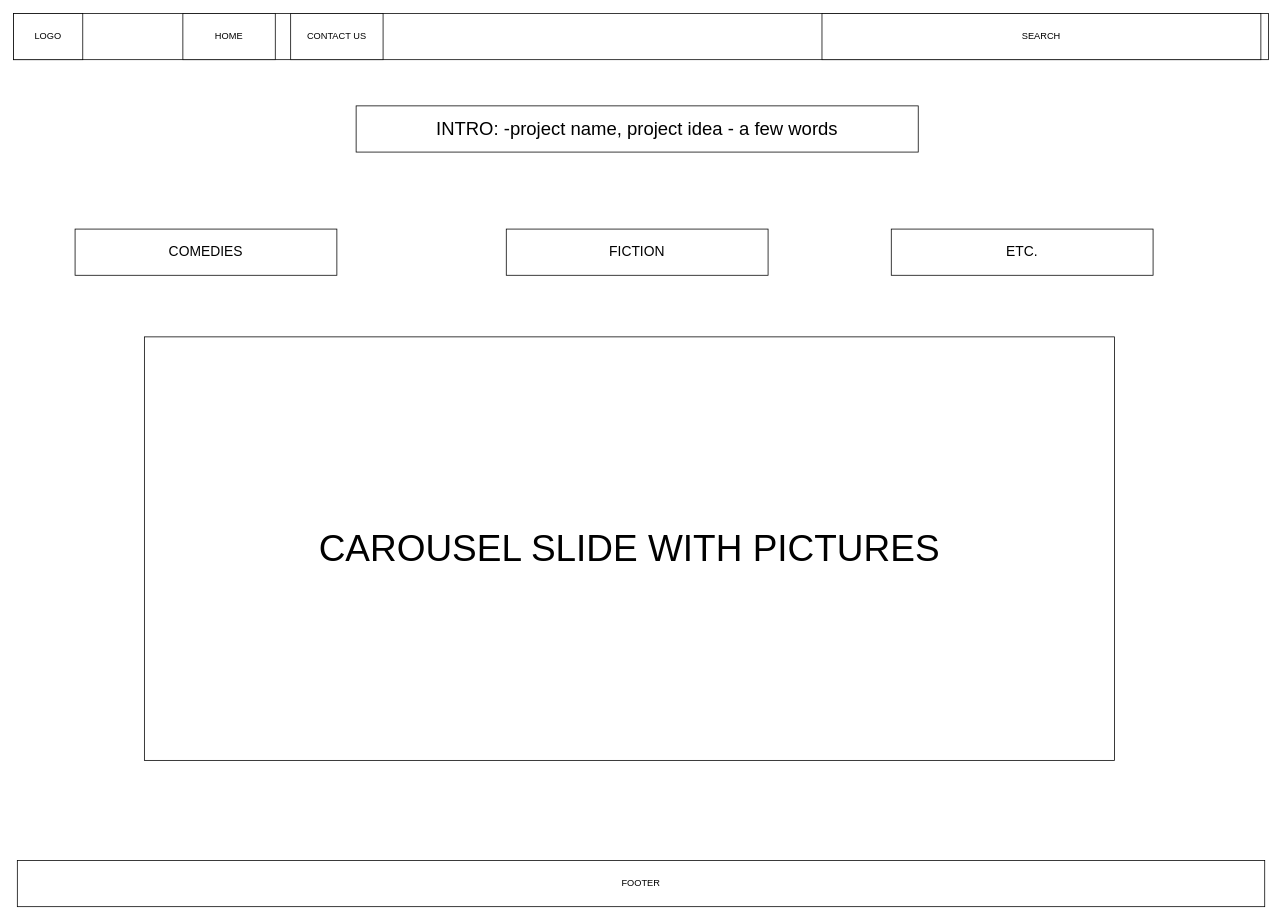
Before: page "index.html" (1 of 3) of CFG Project.drawio in maria-iulia-severin/cfg-team-project, a draw.io diagram. Source tidied: cells renumbered, new cells numbered last; positions are measured from the earlier drawing's top-left corner, leaving out a move shared by most shapes. Both pictures are drawn from the tidied source at 77%, with x=0, y=0 at pixel (13, 13).
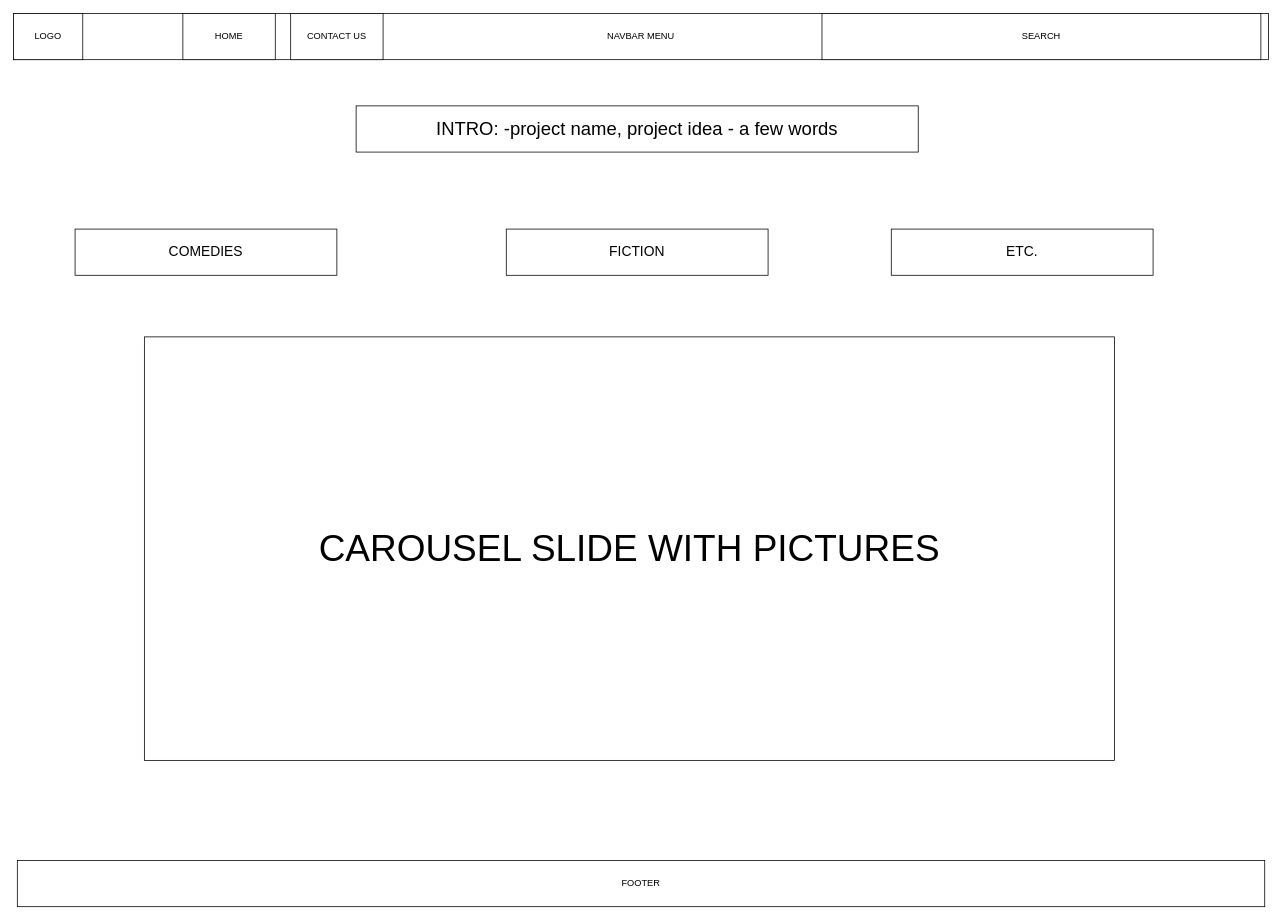
The same diagram, later.

The edit, as a diff of the source:
```diff
@@
 <mxGraphModel>
   <root>
     <mxCell id="0" />
     <mxCell id="1" parent="0" />
-    <mxCell id="2" style="rounded=0;whiteSpace=wrap;html=1;" parent="1" vertex="1">
+    <mxCell id="2" value="NAVBAR MENU" style="rounded=0;whiteSpace=wrap;html=1;" parent="1" vertex="1">
       <mxGeometry width="1630" height="60" as="geometry" />
     </mxCell>
     <mxCell id="3" value="HOME" style="rounded=0;whiteSpace=wrap;html=1;" parent="1" vertex="1">
       <mxGeometry x="220" width="120" height="60" as="geometry" />
     </mxCell>
     <mxCell id="4" value="CONTACT US" style="rounded=0;whiteSpace=wrap;html=1;" parent="1" vertex="1">
       <mxGeometry x="360" width="120" height="60" as="geometry" />
     </mxCell>
     <mxCell id="5" value="LOGO" style="rounded=0;whiteSpace=wrap;html=1;" parent="1" vertex="1">
       <mxGeometry width="90" height="60" as="geometry" />
     </mxCell>
     <mxCell id="6" value="SEARCH" style="rounded=0;whiteSpace=wrap;html=1;" parent="1" vertex="1">
       <mxGeometry x="1050" width="570" height="60" as="geometry" />
     </mxCell>
     <mxCell id="7" value="&lt;font style=&quot;font-size: 24px;&quot;&gt;INTRO: -project name, project idea - a few words&lt;/font&gt;" style="rounded=0;whiteSpace=wrap;html=1;" parent="1" vertex="1">
       <mxGeometry x="445" y="120" width="730" height="60" as="geometry" />
     </mxCell>
     <mxCell id="8" value="&lt;font style=&quot;font-size: 18px;&quot;&gt;COMEDIES&lt;/font&gt;" style="rounded=0;whiteSpace=wrap;html=1;" parent="1" vertex="1">
       <mxGeometry x="80" y="280" width="340" height="60" as="geometry" />
     </mxCell>
     <mxCell id="9" value="&lt;font style=&quot;font-size: 18px;&quot;&gt;FICTION&lt;/font&gt;" style="rounded=0;whiteSpace=wrap;html=1;" parent="1" vertex="1">
       <mxGeometry x="640" y="280" width="340" height="60" as="geometry" />
     </mxCell>
     <mxCell id="10" value="&lt;font style=&quot;font-size: 18px;&quot;&gt;ETC.&lt;/font&gt;" style="rounded=0;whiteSpace=wrap;html=1;" parent="1" vertex="1">
       <mxGeometry x="1140" y="280" width="340" height="60" as="geometry" />
     </mxCell>
     <mxCell id="11" value="FOOTER" style="rounded=0;whiteSpace=wrap;html=1;" parent="1" vertex="1">
       <mxGeometry x="5" y="1100" width="1620" height="60" as="geometry" />
     </mxCell>
     <mxCell id="12" value="&lt;font style=&quot;font-size: 48px;&quot;&gt;CAROUSEL SLIDE WITH PICTURES&lt;/font&gt;" style="rounded=0;whiteSpace=wrap;html=1;" parent="1" vertex="1">
       <mxGeometry x="170" y="420" width="1260" height="550" as="geometry" />
     </mxCell>
   </root>
 </mxGraphModel>
```
